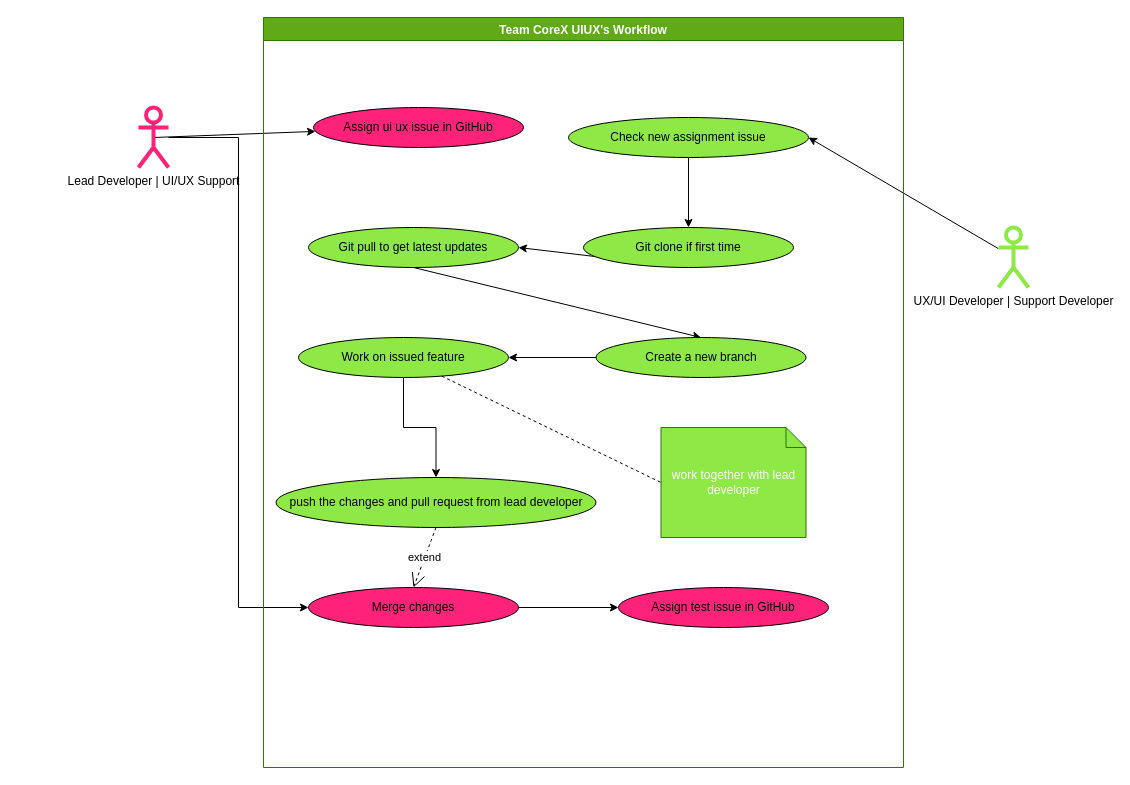
Above: page "UI UX" (3 of 4) of workflow_between_roles.drawio in Team-CoreX-SFU/UML (draw.io), before the change. Source tidied: cells renumbered, new cells numbered last; positions are measured from the earlier drawing's top-left corner, leaving out a move shared by most shapes. Both pictures are drawn from the tidied source at 100%, with x=0, y=0 at pixel (138, 17).
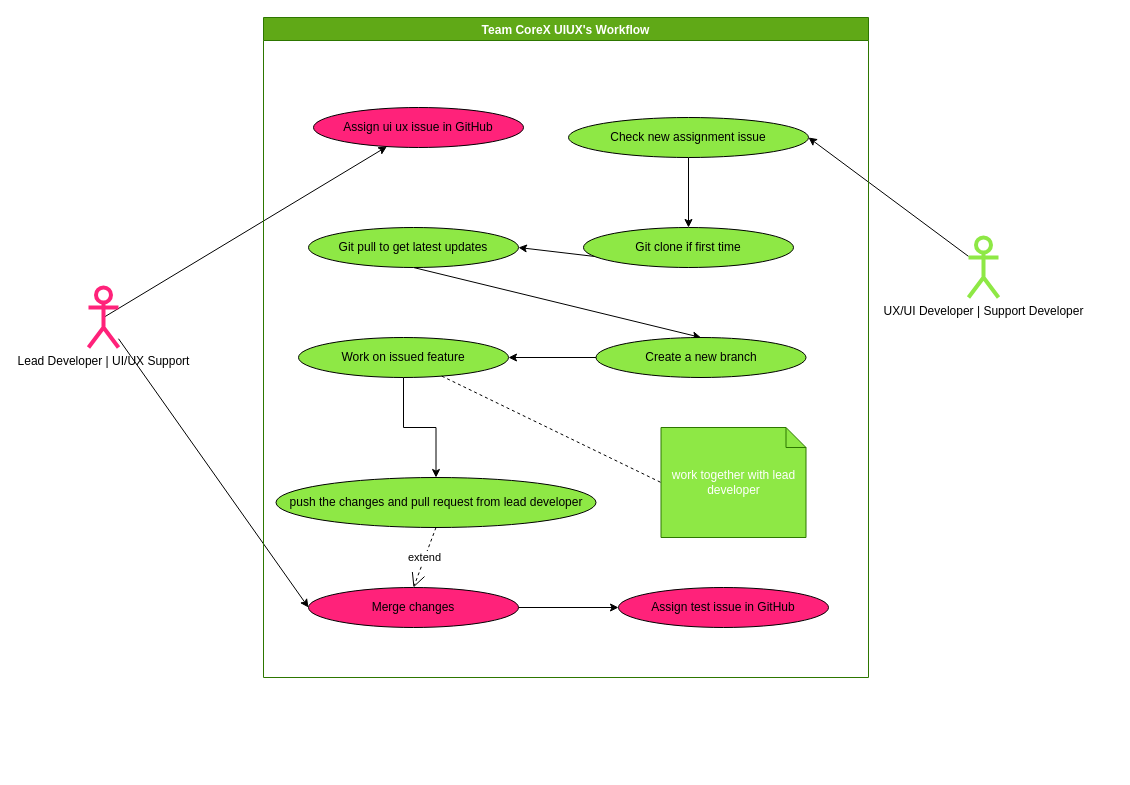
The same diagram, later.

The change refers to these unchanged cells:
```xml
<mxCell id="24" value="Merge changes" style="ellipse;whiteSpace=wrap;html=1;align=center;fillColor=#FF227A;" parent="7" vertex="1">
  <mxGeometry x="45" y="570" width="210" height="40" as="geometry" />
</mxCell>
```

Change to the diagram source:
```diff
@@
-    <mxCell id="3" style="edgeStyle=orthogonalEdgeStyle;rounded=0;jettySize=auto;html=1;entryX=0;entryY=0.5;entryDx=0;entryDy=0;" parent="1" edge="1" source="4" target="24">
+    <mxCell id="3" style="rounded=0;jettySize=auto;html=1;entryX=0;entryY=0.5;entryDx=0;entryDy=0;" parent="1" edge="1" source="4" target="24">
       <mxGeometry relative="1" as="geometry" />
     </mxCell>
     <mxCell id="4" value="Lead Developer | UI/UX Support" style="shape=umlActor;verticalLabelPosition=bottom;verticalAlign=top;html=1;strokeColor=#FF227A;strokeWidth=4;" parent="1" vertex="1">
-      <mxGeometry y="90" width="30" height="60" as="geometry" />
+      <mxGeometry x="-50" y="270" width="30" height="60" as="geometry" />
     </mxCell>
@@
     <mxCell id="6" value="UX/UI Developer | Support Developer" style="shape=umlActor;verticalLabelPosition=bottom;verticalAlign=top;html=1;strokeColor=light-dark(#8EE845,#EDEDED);strokeWidth=4;" parent="1" vertex="1">
-      <mxGeometry x="860" y="210" width="30" height="60" as="geometry" />
+      <mxGeometry x="830" y="220" width="30" height="60" as="geometry" />
     </mxCell>
     <mxCell id="7" value="Team CoreX UIUX's Workflow" style="swimlane;fillColor=#60a917;fontColor=#ffffff;strokeColor=#2D7600;" parent="1" vertex="1">
-      <mxGeometry x="125" width="640" height="750" as="geometry" />
+      <mxGeometry x="125" width="605" height="660" as="geometry" />
     </mxCell>
```
